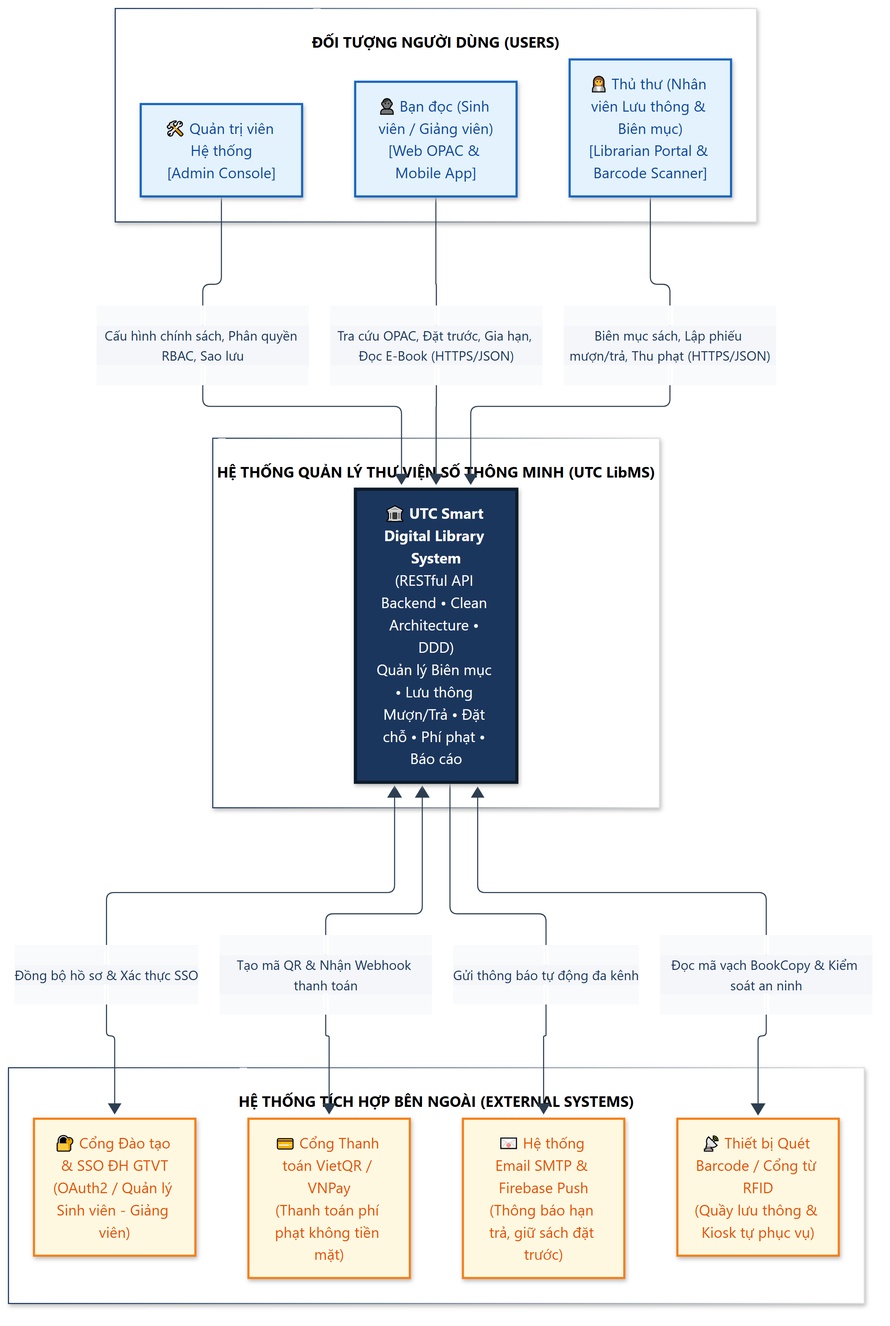
Before: resource/image/01_system_context.png, a diagram exported from Mermaid (minhducctchv/utc-oop). Its source is kept beside it as resource/mermaid-code/01_system_context.mmd. The source it was exported from:
```mermaid
flowchart TB
    subgraph Actors["ĐỐI TƯỢNG NGƯỜI DÙNG (USERS)"]
        direction LR
        Reader["👤 Bạn đọc (Sinh viên / Giảng viên)<br/>[Web OPAC & Mobile App]"]
        Librarian["👩‍💼 Thủ thư (Nhân viên Lưu thông & Biên mục)<br/>[Librarian Portal & Barcode Scanner]"]
        Admin["🛠️ Quản trị viên Hệ thống<br/>[Admin Console]"]
    end

    subgraph CoreSystem["HỆ THỐNG QUẢN LÝ THƯ VIỆN SỐ THÔNG MINH (UTC LibMS)"]
        LMS["🏛️ <b>UTC Smart Digital Library System</b><br/>(RESTful API Backend • Clean Architecture • DDD)<br/>Quản lý Biên mục • Lưu thông Mượn/Trả • Đặt chỗ • Phí phạt • Báo cáo"]
    end

    subgraph ExternalSystems["HỆ THỐNG TÍCH HỢP BÊN NGOÀI (EXTERNAL SYSTEMS)"]
        direction LR
        SSO["🔐 Cổng Đào tạo & SSO ĐH GTVT<br/>(OAuth2 / Quản lý Sinh viên - Giảng viên)"]
        PayGW["💳 Cổng Thanh toán VietQR / VNPay<br/>(Thanh toán phí phạt không tiền mặt)"]
        NotifyGW["📧 Hệ thống Email SMTP & Firebase Push<br/>(Thông báo hạn trả, giữ sách đặt trước)"]
        Hardware["📡 Thiết bị Quét Barcode / Cổng từ RFID<br/>(Quầy lưu thông & Kiosk tự phục vụ)"]
    end

    Reader -->|"Tra cứu OPAC, Đặt trước, Gia hạn, Đọc E-Book (HTTPS/JSON)"| LMS
    Librarian -->|"Biên mục sách, Lập phiếu mượn/trả, Thu phạt (HTTPS/JSON)"| LMS
    Admin -->|"Cấu hình chính sách, Phân quyền RBAC, Sao lưu"| LMS

    LMS <-->|"Đồng bộ hồ sơ & Xác thực SSO"| SSO
    LMS <-->|"Tạo mã QR & Nhận Webhook thanh toán"| PayGW
    LMS -->|"Gửi thông báo tự động đa kênh"| NotifyGW
    Hardware <-->|"Đọc mã vạch BookCopy & Kiểm soát an ninh"| LMS

    classDef actor fill:#E3F2FD,stroke:#1565C0,stroke-width:2px,color:#0D47A1
    classDef core fill:#1B365D,stroke:#0D1B2A,stroke-width:3px,color:#FFFFFF
    classDef ext fill:#FFF8E1,stroke:#F57F17,stroke-width:2px,color:#E65100

    class Reader,Librarian,Admin actor
    class LMS core
    class SSO,PayGW,NotifyGW,Hardware ext
```
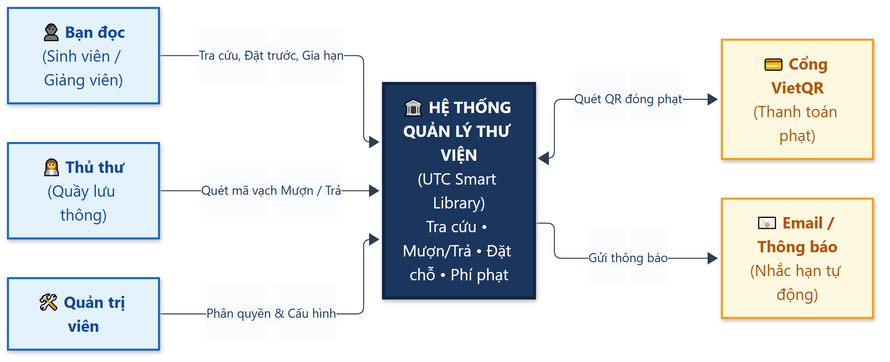
The same file after the commit.

What changed in the source:
```diff
@@ -1,36 +1,23 @@
-flowchart TB
-    subgraph Actors["ĐỐI TƯỢNG NGƯỜI DÙNG (USERS)"]
-        direction LR
-        Reader["👤 Bạn đọc (Sinh viên / Giảng viên)<br/>[Web OPAC & Mobile App]"]
-        Librarian["👩‍💼 Thủ thư (Nhân viên Lưu thông & Biên mục)<br/>[Librarian Portal & Barcode Scanner]"]
-        Admin["🛠️ Quản trị viên Hệ thống<br/>[Admin Console]"]
-    end
+flowchart LR
+    Reader["👤 <b>Bạn đọc</b><br/>(Sinh viên / Giảng viên)"]
+    Librarian["👩‍💼 <b>Thủ thư</b><br/>(Quầy lưu thông)"]
+    Admin["🛠️ <b>Quản trị viên</b>"]
 
-    subgraph CoreSystem["HỆ THỐNG QUẢN LÝ THƯ VIỆN SỐ THÔNG MINH (UTC LibMS)"]
-        LMS["🏛️ <b>UTC Smart Digital Library System</b><br/>(RESTful API Backend • Clean Architecture • DDD)<br/>Quản lý Biên mục • Lưu thông Mượn/Trả • Đặt chỗ • Phí phạt • Báo cáo"]
-    end
+    LMS["🏛️ <b>HỆ THỐNG QUẢN LÝ THƯ VIỆN</b><br/>(UTC Smart Library)<br/>Tra cứu • Mượn/Trả • Đặt chỗ • Phí phạt"]
 
-    subgraph ExternalSystems["HỆ THỐNG TÍCH HỢP BÊN NGOÀI (EXTERNAL SYSTEMS)"]
-        direction LR
-        SSO["🔐 Cổng Đào tạo & SSO ĐH GTVT<br/>(OAuth2 / Quản lý Sinh viên - Giảng viên)"]
-        PayGW["💳 Cổng Thanh toán VietQR / VNPay<br/>(Thanh toán phí phạt không tiền mặt)"]
-        NotifyGW["📧 Hệ thống Email SMTP & Firebase Push<br/>(Thông báo hạn trả, giữ sách đặt trước)"]
-        Hardware["📡 Thiết bị Quét Barcode / Cổng từ RFID<br/>(Quầy lưu thông & Kiosk tự phục vụ)"]
-    end
+    VietQR["💳 <b>Cổng VietQR</b><br/>(Thanh toán phạt)"]
+    Email["📧 <b>Email / Thông báo</b><br/>(Nhắc hạn tự động)"]
 
-    Reader -->|"Tra cứu OPAC, Đặt trước, Gia hạn, Đọc E-Book (HTTPS/JSON)"| LMS
-    Librarian -->|"Biên mục sách, Lập phiếu mượn/trả, Thu phạt (HTTPS/JSON)"| LMS
-    Admin -->|"Cấu hình chính sách, Phân quyền RBAC, Sao lưu"| LMS
+    Reader -->|"Tra cứu, Đặt trước, Gia hạn"| LMS
+    Librarian -->|"Quét mã vạch Mượn / Trả"| LMS
+    Admin -->|"Phân quyền & Cấu hình"| LMS
 
-    LMS <-->|"Đồng bộ hồ sơ & Xác thực SSO"| SSO
-    LMS <-->|"Tạo mã QR & Nhận Webhook thanh toán"| PayGW
-    LMS -->|"Gửi thông báo tự động đa kênh"| NotifyGW
-    Hardware <-->|"Đọc mã vạch BookCopy & Kiểm soát an ninh"| LMS
+    LMS <-->|"Quét QR đóng phạt"| VietQR
+    LMS -->|"Gửi thông báo"| Email
 
-    classDef actor fill:#E3F2FD,stroke:#1565C0,stroke-width:2px,color:#0D47A1
-    classDef core fill:#1B365D,stroke:#0D1B2A,stroke-width:3px,color:#FFFFFF
-    classDef ext fill:#FFF8E1,stroke:#F57F17,stroke-width:2px,color:#E65100
-
-    class Reader,Librarian,Admin actor
-    class LMS core
-    class SSO,PayGW,NotifyGW,Hardware ext
+    classDef user fill:#E3F2FD,stroke:#1565C0,stroke-width:2px,color:#0D47A1
+    classDef sys fill:#1B365D,stroke:#0F2342,stroke-width:3px,color:#FFFFFF
+    classDef ext fill:#FFF8E1,stroke:#F59E0B,stroke-width:2px,color:#B45309
+    class Reader,Librarian,Admin user
+    class LMS sys
+    class VietQR,Email ext
```
